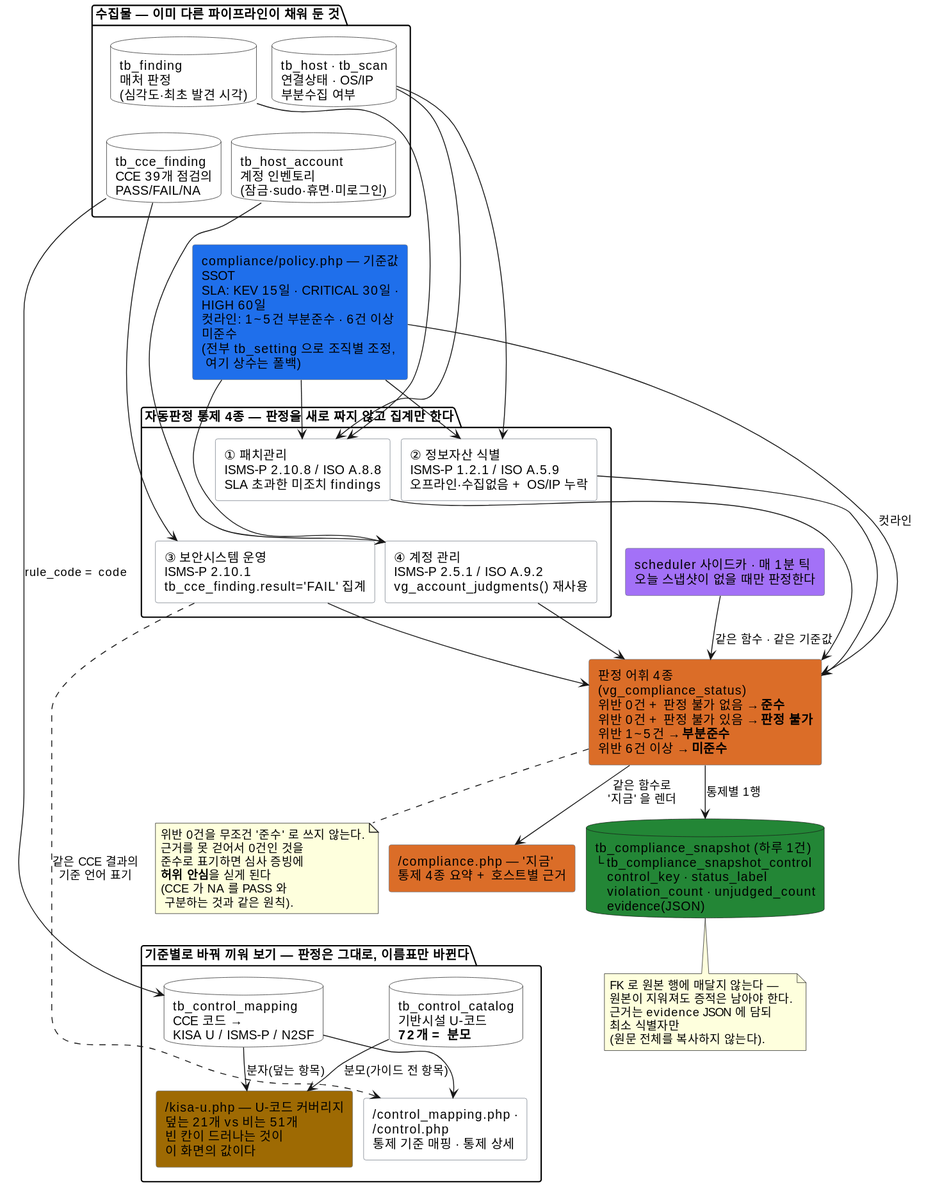
The PlantUML diagram docs/specs/diagrams/컴플라이언스판정.svg in JeongDoWook/vuln-agent, before a commit.
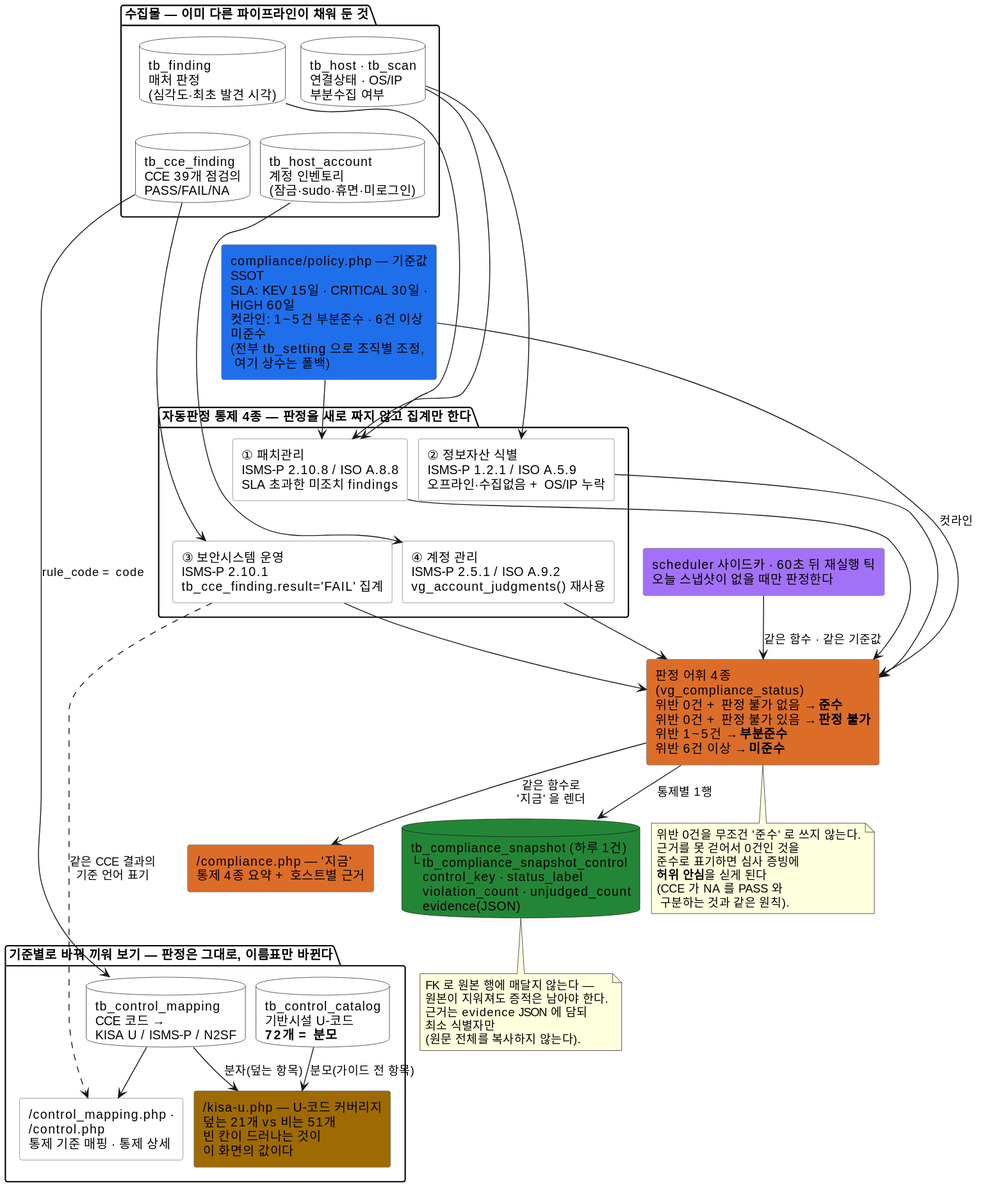
The same file after the commit.

Diff of the diagram source:
```diff
@@ -37,7 +37,7 @@
 end note
 
 rectangle "/compliance.php — '지금'\n통제 4종 요약 + 호스트별 근거" as SCR #db6d28
-rectangle "scheduler 사이드카 · 매 1분 틱\n오늘 스냅샷이 없을 때만 판정한다" as TICK #a371f7
+rectangle "scheduler 사이드카 · 60초 뒤 재실행 틱\n오늘 스냅샷이 없을 때만 판정한다" as TICK #a371f7
 database "tb_compliance_snapshot (하루 1건)\n└ tb_compliance_snapshot_control\n   control_key · status_label\n   violation_count · unjudged_count\n   evidence(JSON)" as SNAP #238636
 note bottom of SNAP
   FK 로 원본 행에 매달지 않는다 —
@@ -61,8 +61,6 @@
 A --> P4
 
 POL --> P1
-POL --> P2
-POL --> P4
 POL --> VOCAB : 컷라인
 
 P1 --> VOCAB
```
